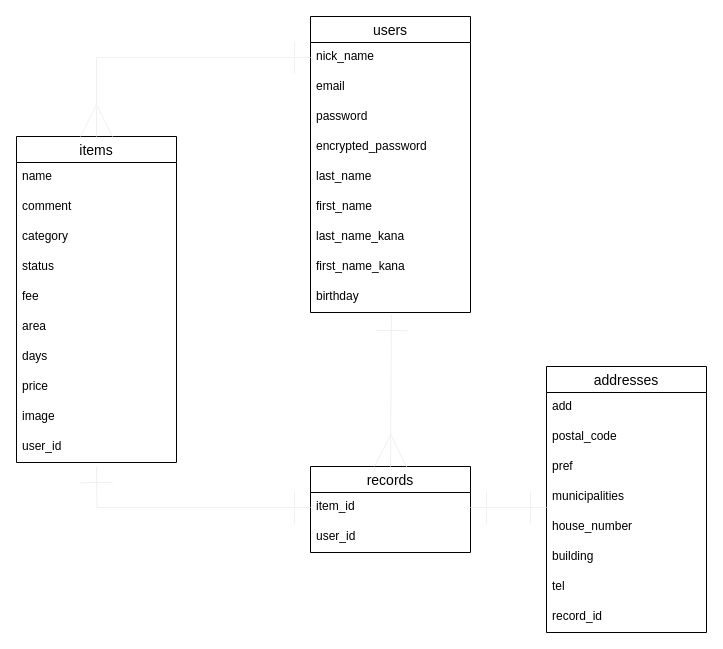
The draw.io diagram ER.dio in y-mak/furima-36339, before the edit. Source tidied: cells renumbered, new cells numbered last; positions are measured from the earlier drawing's top-left corner, leaving out a move shared by most shapes. Both pictures are drawn from the tidied source at 100%, with x=0, y=0 at pixel (16, 16).
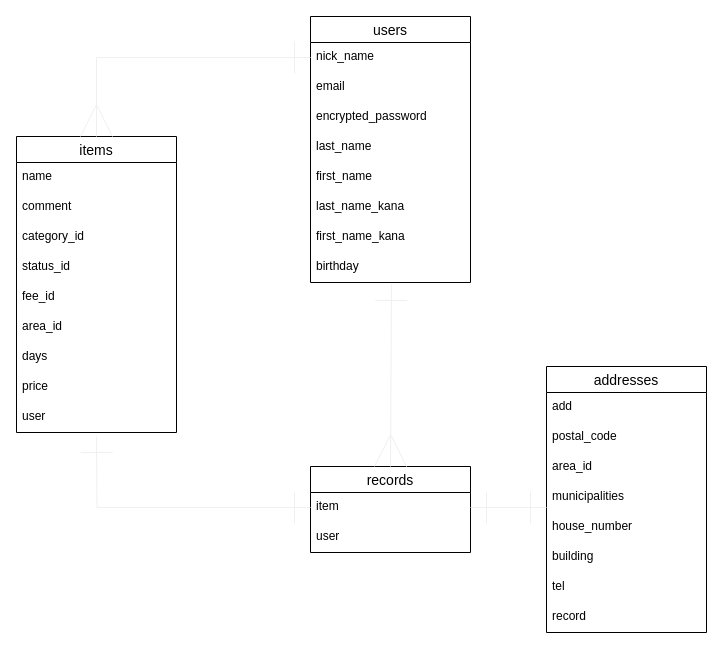
After the change.

Unchanged cells that the change refers to:
```xml
<mxCell id="23" value="records" style="swimlane;fontStyle=0;horizontal=1;startSize=26;align=center;fontSize=14;" parent="1" vertex="1">
  <mxGeometry x="294" y="450" width="160" height="86" as="geometry" />
</mxCell>
<mxCell id="26" value="addresses" style="swimlane;fontStyle=0;horizontal=1;startSize=26;align=center;fontSize=14;" parent="1" vertex="1">
  <mxGeometry x="530" y="350" width="160" height="266" as="geometry" />
</mxCell>
```

Change to the diagram source:
```diff
@@
     <mxCell id="2" value="items" style="swimlane;fontStyle=0;horizontal=1;startSize=26;align=center;fontSize=14;" parent="1" vertex="1">
-      <mxGeometry y="120" width="160" height="326" as="geometry" />
+      <mxGeometry y="120" width="160" height="296" as="geometry" />
     </mxCell>
@@
-    <mxCell id="5" value="category" style="text;strokeColor=none;fillColor=none;spacingLeft=4;spacingRight=4;overflow=hidden;fontSize=12;" parent="2" vertex="1">
+    <mxCell id="5" value="category_id" style="text;strokeColor=none;fillColor=none;spacingLeft=4;spacingRight=4;overflow=hidden;fontSize=12;" parent="2" vertex="1">
       <mxGeometry y="86" width="160" height="30" as="geometry" />
     </mxCell>
-    <mxCell id="6" value="status" style="text;strokeColor=none;fillColor=none;spacingLeft=4;spacingRight=4;overflow=hidden;fontSize=12;" parent="2" vertex="1">
+    <mxCell id="6" value="status_id" style="text;strokeColor=none;fillColor=none;spacingLeft=4;spacingRight=4;overflow=hidden;fontSize=12;" parent="2" vertex="1">
       <mxGeometry y="116" width="160" height="30" as="geometry" />
     </mxCell>
-    <mxCell id="7" value="fee" style="text;strokeColor=none;fillColor=none;spacingLeft=4;spacingRight=4;overflow=hidden;fontSize=12;" parent="2" vertex="1">
+    <mxCell id="7" value="fee_id" style="text;strokeColor=none;fillColor=none;spacingLeft=4;spacingRight=4;overflow=hidden;fontSize=12;" parent="2" vertex="1">
       <mxGeometry y="146" width="160" height="30" as="geometry" />
     </mxCell>
-    <mxCell id="8" value="area" style="text;strokeColor=none;fillColor=none;spacingLeft=4;spacingRight=4;overflow=hidden;fontSize=12;" parent="2" vertex="1">
+    <mxCell id="8" value="area_id" style="text;strokeColor=none;fillColor=none;spacingLeft=4;spacingRight=4;overflow=hidden;fontSize=12;" parent="2" vertex="1">
       <mxGeometry y="176" width="160" height="30" as="geometry" />
     </mxCell>
@@
-    <mxCell id="11" value="image" style="text;strokeColor=none;fillColor=none;spacingLeft=4;spacingRight=4;overflow=hidden;fontSize=12;" parent="2" vertex="1">
-      <mxGeometry y="266" width="160" height="30" as="geometry" />
-    </mxCell>
-    <mxCell id="12" value="user_id" style="text;strokeColor=none;fillColor=none;spacingLeft=4;spacingRight=4;overflow=hidden;fontSize=12;" parent="2" vertex="1">
-      <mxGeometry y="296" width="160" height="30" as="geometry" />
+    <mxCell id="12" value="user" style="text;strokeColor=none;fillColor=none;spacingLeft=4;spacingRight=4;overflow=hidden;fontSize=12;" parent="2" vertex="1">
+      <mxGeometry y="266" width="160" height="30" as="geometry" />
     </mxCell>
     <mxCell id="13" value="users" style="swimlane;fontStyle=0;horizontal=1;startSize=26;align=center;fontSize=14;" parent="1" vertex="1">
-      <mxGeometry x="294" width="160" height="296" as="geometry" />
+      <mxGeometry x="294" width="160" height="266" as="geometry" />
     </mxCell>
@@
-    <mxCell id="16" value="password" style="text;strokeColor=none;fillColor=none;spacingLeft=4;spacingRight=4;overflow=hidden;fontSize=12;" parent="13" vertex="1">
-      <mxGeometry y="86" width="160" height="30" as="geometry" />
-    </mxCell>
     <mxCell id="17" value="encrypted_password" style="text;strokeColor=none;fillColor=none;spacingLeft=4;spacingRight=4;overflow=hidden;fontSize=12;" parent="13" vertex="1">
-      <mxGeometry y="116" width="160" height="30" as="geometry" />
+      <mxGeometry y="86" width="160" height="30" as="geometry" />
     </mxCell>
     <mxCell id="18" value="last_name" style="text;strokeColor=none;fillColor=none;spacingLeft=4;spacingRight=4;overflow=hidden;fontSize=12;" parent="13" vertex="1">
-      <mxGeometry y="146" width="160" height="30" as="geometry" />
+      <mxGeometry y="116" width="160" height="30" as="geometry" />
     </mxCell>
     <mxCell id="19" value="first_name" style="text;strokeColor=none;fillColor=none;spacingLeft=4;spacingRight=4;overflow=hidden;fontSize=12;" parent="13" vertex="1">
-      <mxGeometry y="176" width="160" height="30" as="geometry" />
+      <mxGeometry y="146" width="160" height="30" as="geometry" />
     </mxCell>
     <mxCell id="20" value="last_name_kana" style="text;strokeColor=none;fillColor=none;spacingLeft=4;spacingRight=4;overflow=hidden;fontSize=12;" parent="13" vertex="1">
-      <mxGeometry y="206" width="160" height="30" as="geometry" />
+      <mxGeometry y="176" width="160" height="30" as="geometry" />
     </mxCell>
     <mxCell id="21" value="first_name_kana" style="text;strokeColor=none;fillColor=none;spacingLeft=4;spacingRight=4;overflow=hidden;fontSize=12;" parent="13" vertex="1">
-      <mxGeometry y="236" width="160" height="30" as="geometry" />
+      <mxGeometry y="206" width="160" height="30" as="geometry" />
     </mxCell>
     <mxCell id="22" value="birthday" style="text;strokeColor=none;fillColor=none;spacingLeft=4;spacingRight=4;overflow=hidden;points=[[0,0.5],[1,0.5]];portConstraint=eastwest;fontSize=12;" parent="13" vertex="1">
-      <mxGeometry y="266" width="160" height="30" as="geometry" />
+      <mxGeometry y="236" width="160" height="30" as="geometry" />
     </mxCell>
@@
-    <mxCell id="24" value="item_id" style="text;strokeColor=none;fillColor=none;spacingLeft=4;spacingRight=4;overflow=hidden;points=[[0,0.5],[1,0.5]];portConstraint=eastwest;fontSize=12;" parent="23" vertex="1">
+    <mxCell id="24" value="item" style="text;strokeColor=none;fillColor=none;spacingLeft=4;spacingRight=4;overflow=hidden;points=[[0,0.5],[1,0.5]];portConstraint=eastwest;fontSize=12;" parent="23" vertex="1">
       <mxGeometry y="26" width="160" height="30" as="geometry" />
     </mxCell>
-    <mxCell id="25" value="user_id" style="text;strokeColor=none;fillColor=none;spacingLeft=4;spacingRight=4;overflow=hidden;fontSize=12;" parent="23" vertex="1">
+    <mxCell id="25" value="user" style="text;strokeColor=none;fillColor=none;spacingLeft=4;spacingRight=4;overflow=hidden;fontSize=12;" parent="23" vertex="1">
       <mxGeometry y="56" width="160" height="30" as="geometry" />
     </mxCell>
@@
-    <mxCell id="29" value="pref" style="text;strokeColor=none;fillColor=none;spacingLeft=4;spacingRight=4;overflow=hidden;fontSize=12;" parent="26" vertex="1">
+    <mxCell id="29" value="area_id" style="text;strokeColor=none;fillColor=none;spacingLeft=4;spacingRight=4;overflow=hidden;fontSize=12;" parent="26" vertex="1">
       <mxGeometry y="86" width="160" height="30" as="geometry" />
     </mxCell>
@@
-    <mxCell id="34" value="record_id" style="text;strokeColor=none;fillColor=none;spacingLeft=4;spacingRight=4;overflow=hidden;fontSize=12;" parent="26" vertex="1">
+    <mxCell id="34" value="record" style="text;strokeColor=none;fillColor=none;spacingLeft=4;spacingRight=4;overflow=hidden;fontSize=12;" parent="26" vertex="1">
       <mxGeometry y="236" width="160" height="30" as="geometry" />
     </mxCell>
@@
     <mxCell id="37" style="edgeStyle=orthogonalEdgeStyle;rounded=0;jettySize=auto;html=1;exitX=0;exitY=0.5;exitDx=0;exitDy=0;startArrow=ERone;startFill=0;endArrow=ERone;endFill=0;startSize=30;endSize=30;strokeColor=#f0f0f0;" parent="1" edge="1" source="24">
       <mxGeometry relative="1" as="geometry">
-        <mxPoint x="80" y="450" as="targetPoint" />
+        <mxPoint x="80" y="420" as="targetPoint" />
       </mxGeometry>
     </mxCell>
```
